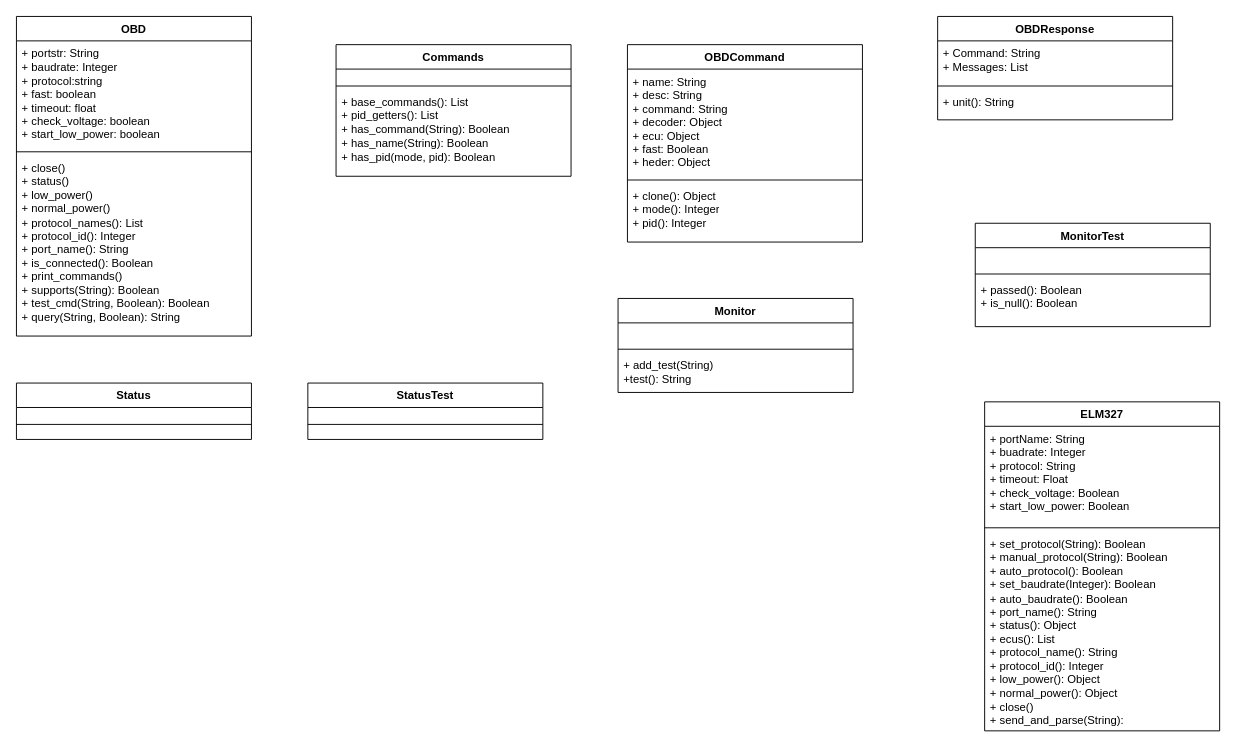
ironiot/bcit-issp keeps this draw.io diagram as docs/python-OBD.drawio. Above is the earlier version. Source tidied: cells renumbered, new cells numbered last; positions are measured from the earlier drawing's top-left corner, leaving out a move shared by most shapes. Both pictures are drawn from the tidied source at 94%, with x=0, y=0 at pixel (16, 16).
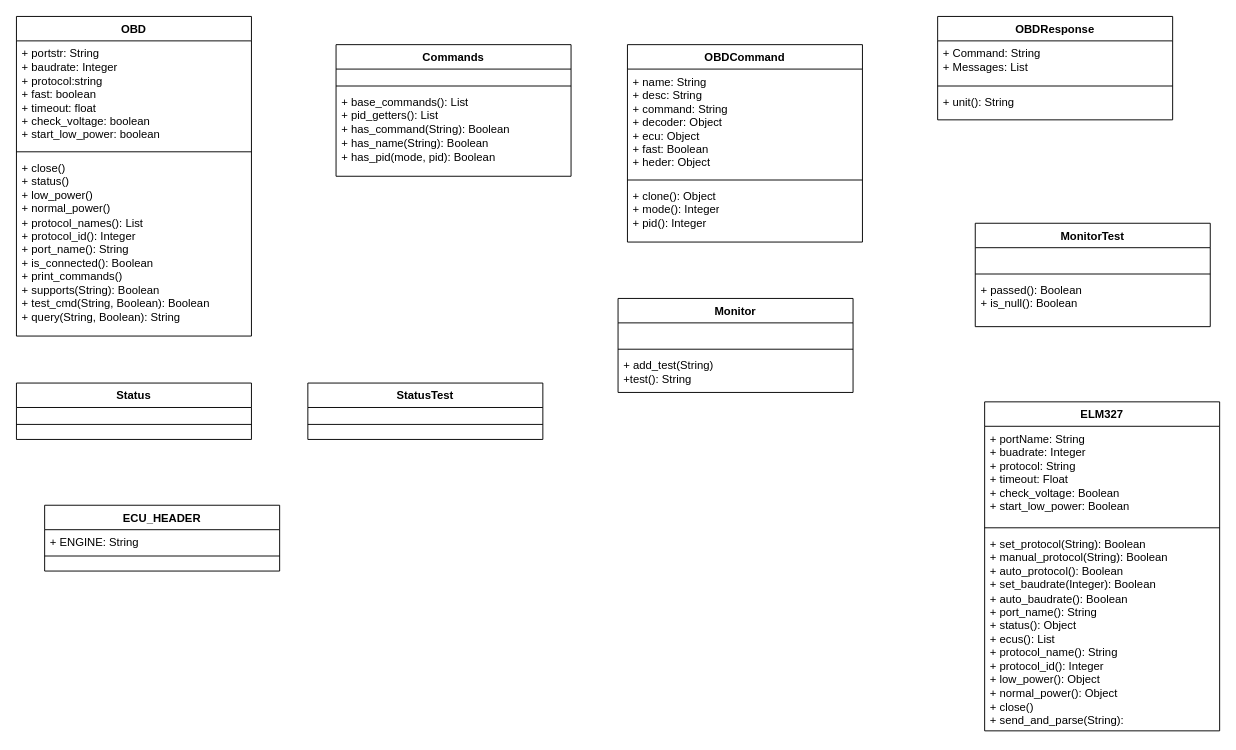
Above is the later version.

Commit message (it also covers changes not shown here):
added a UML class diagram for ECU_HEADER class

What changed in the source:
```diff
@@
+    <mxCell id="38" value="ECU_HEADER" style="swimlane;fontStyle=1;align=center;verticalAlign=top;horizontal=1;startSize=26;whiteSpace=wrap;html=1;" parent="1" vertex="1">
+      <mxGeometry x="30" y="520" width="250" height="70" as="geometry" />
+    </mxCell>
+    <mxCell id="39" value="&lt;div&gt;+ ENGINE: String&lt;/div&gt;" style="text;strokeColor=none;fillColor=none;align=left;verticalAlign=top;spacingLeft=4;spacingRight=4;overflow=hidden;whiteSpace=wrap;html=1;" parent="38" vertex="1">
+      <mxGeometry y="26" width="250" height="24" as="geometry" />
+    </mxCell>
+    <mxCell id="40" style="line;strokeWidth=1;fillColor=none;align=left;verticalAlign=middle;spacingTop=-1;spacingLeft=3;spacingRight=3;labelPosition=right;strokeColor=inherit;" parent="38" vertex="1">
+      <mxGeometry y="50" width="250" height="8" as="geometry" />
+    </mxCell>
+    <mxCell id="41" value="&lt;div&gt;&lt;br&gt;&lt;/div&gt;" style="text;strokeColor=none;fillColor=none;align=left;verticalAlign=top;spacingLeft=4;spacingRight=4;overflow=hidden;whiteSpace=wrap;html=1;" parent="38" vertex="1">
+      <mxGeometry y="58" width="250" height="12" as="geometry" />
+    </mxCell>
```
